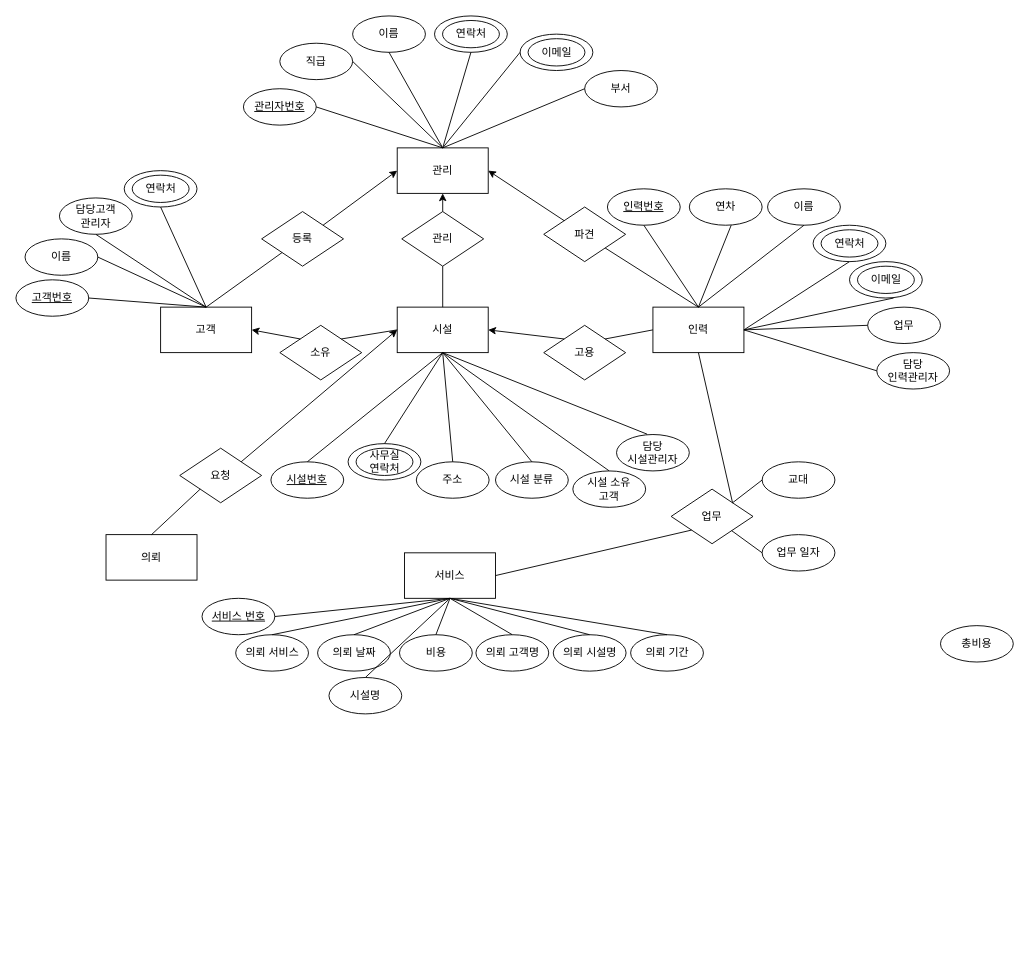
Before: Untitled Diagram.drawio in Taein2/ERdiagram, a draw.io diagram. Source tidied: cells renumbered, new cells numbered last; positions are measured from the earlier drawing's top-left corner, leaving out a move shared by most shapes. Both pictures are drawn from the tidied source at 91%, with x=0, y=0 at pixel (15, 15).
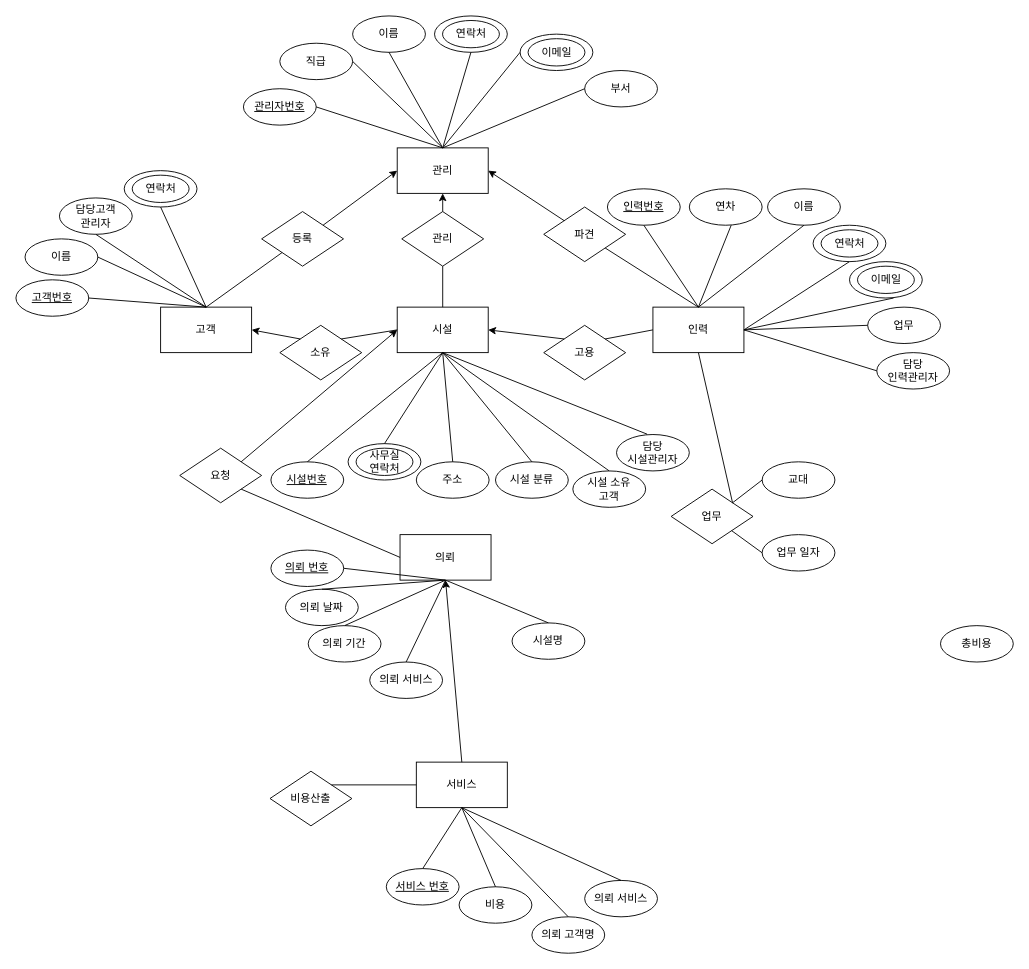
The same page after the edit.

The change refers to these unchanged cells:
```xml
<mxCell id="5" value="시설" style="rounded=0;whiteSpace=wrap;html=1;" parent="1" vertex="1">
  <mxGeometry x="419" y="320" width="100" height="50" as="geometry" />
</mxCell>
<mxCell id="80" value="업무" style="rhombus;whiteSpace=wrap;html=1;shadow=0;gradientColor=none;fontFamily=Helvetica;" parent="1" vertex="1">
  <mxGeometry x="720" y="520" width="90" height="60" as="geometry" />
</mxCell>
<mxCell id="83" value="요청" style="rhombus;whiteSpace=wrap;html=1;shadow=0;gradientColor=none;fontFamily=Helvetica;" parent="1" vertex="1">
  <mxGeometry x="180" y="475" width="90" height="60" as="geometry" />
</mxCell>
```

The edit, as a diff of the source:
```diff
@@
     <mxCell id="50" value="비용" style="ellipse;whiteSpace=wrap;html=1;" parent="1" vertex="1">
-      <mxGeometry x="421.5" y="680" width="80" height="40" as="geometry" />
+      <mxGeometry x="487" y="957" width="80" height="40" as="geometry" />
     </mxCell>
     <mxCell id="51" value="의뢰 서비스" style="ellipse;whiteSpace=wrap;html=1;" parent="1" vertex="1">
-      <mxGeometry x="241.5" y="680" width="80" height="40" as="geometry" />
+      <mxGeometry x="388.8" y="710" width="80" height="40" as="geometry" />
     </mxCell>
     <mxCell id="52" value="서비스" style="rounded=0;whiteSpace=wrap;html=1;" parent="1" vertex="1">
-      <mxGeometry x="427" y="590" width="100" height="50" as="geometry" />
+      <mxGeometry x="440" y="820" width="100" height="50" as="geometry" />
     </mxCell>
-    <mxCell id="53" style="endArrow=none;html=1;entryX=0.5;entryY=1;entryDx=0;entryDy=0;exitX=0.5;exitY=0;exitDx=0;exitDy=0;" parent="1" edge="1" source="51" target="52">
+    <mxCell id="53" style="endArrow=none;html=1;entryX=0.5;entryY=1;entryDx=0;entryDy=0;exitX=0.5;exitY=0;exitDx=0;exitDy=0;" parent="1" edge="1" source="51" target="99">
       <mxGeometry relative="1" as="geometry" />
     </mxCell>
@@
     <mxCell id="55" value="의뢰 날짜" style="ellipse;whiteSpace=wrap;html=1;" parent="1" vertex="1">
-      <mxGeometry x="331.5" y="680" width="80" height="40" as="geometry" />
+      <mxGeometry x="296.2" y="630" width="80" height="40" as="geometry" />
     </mxCell>
-    <mxCell id="56" style="endArrow=none;html=1;entryX=0.5;entryY=0;entryDx=0;entryDy=0;exitX=0.5;exitY=1;exitDx=0;exitDy=0;" parent="1" edge="1" source="52" target="55">
-      <mxGeometry relative="1" as="geometry" />
-    </mxCell>
@@
-    <mxCell id="81" style="endArrow=none;html=1;fontFamily=Helvetica;entryX=1;entryY=0.5;entryDx=0;entryDy=0;exitX=0;exitY=1;exitDx=0;exitDy=0;" parent="1" edge="1" source="80" target="52">
-      <mxGeometry relative="1" as="geometry" />
-    </mxCell>
@@
     <mxCell id="84" value="의뢰 고객명" style="ellipse;whiteSpace=wrap;html=1;" parent="1" vertex="1">
-      <mxGeometry x="505.5" y="680" width="80" height="40" as="geometry" />
+      <mxGeometry x="567" y="990" width="80" height="40" as="geometry" />
     </mxCell>
-    <mxCell id="85" value="의뢰 시설명" style="ellipse;whiteSpace=wrap;html=1;" parent="1" vertex="1">
-      <mxGeometry x="590.5" y="680" width="80" height="40" as="geometry" />
-    </mxCell>
     <mxCell id="86" value="의뢰 기간" style="ellipse;whiteSpace=wrap;html=1;" parent="1" vertex="1">
-      <mxGeometry x="675.5" y="680" width="80" height="40" as="geometry" />
+      <mxGeometry x="321.2" y="670" width="80" height="40" as="geometry" />
     </mxCell>
@@
     <mxCell id="88" value="서비스 번호" style="ellipse;whiteSpace=wrap;html=1;fontStyle=4;" parent="1" vertex="1">
-      <mxGeometry x="204.5" y="640" width="80" height="40" as="geometry" />
+      <mxGeometry x="407" y="937" width="80" height="40" as="geometry" />
     </mxCell>
-    <mxCell id="89" style="endArrow=none;html=1;entryX=0.5;entryY=1;entryDx=0;entryDy=0;exitX=1;exitY=0.5;exitDx=0;exitDy=0;" parent="1" edge="1" source="88" target="52">
+    <mxCell id="89" style="endArrow=none;html=1;entryX=0.5;entryY=1;entryDx=0;entryDy=0;exitX=0.5;exitY=0;exitDx=0;exitDy=0;" parent="1" edge="1" source="88" target="52">
       <mxGeometry relative="1" as="geometry" />
     </mxCell>
-    <mxCell id="90" style="endArrow=none;html=1;entryX=0.5;entryY=0;entryDx=0;entryDy=0;exitX=0.5;exitY=1;exitDx=0;exitDy=0;" parent="1" edge="1" source="52" target="85">
-      <mxGeometry relative="1" as="geometry" />
-    </mxCell>
-    <mxCell id="91" style="endArrow=none;html=1;entryX=0.5;entryY=0;entryDx=0;entryDy=0;exitX=0.5;exitY=1;exitDx=0;exitDy=0;" parent="1" edge="1" source="52" target="86">
+    <mxCell id="91" style="endArrow=none;html=1;entryX=0.5;entryY=0;entryDx=0;entryDy=0;exitX=0.5;exitY=1;exitDx=0;exitDy=0;" parent="1" edge="1" source="99" target="86">
       <mxGeometry relative="1" as="geometry" />
     </mxCell>
@@
     <mxCell id="93" value="시설명" style="ellipse;whiteSpace=wrap;html=1;" parent="1" vertex="1">
-      <mxGeometry x="344" y="727" width="80" height="40" as="geometry" />
+      <mxGeometry x="545.2" y="667" width="80" height="40" as="geometry" />
     </mxCell>
-    <mxCell id="94" style="endArrow=none;html=1;entryX=0.5;entryY=1;entryDx=0;entryDy=0;exitX=0.5;exitY=0;exitDx=0;exitDy=0;" parent="1" edge="1" source="93" target="52">
+    <mxCell id="94" style="endArrow=none;html=1;entryX=0.5;entryY=1;entryDx=0;entryDy=0;exitX=0.5;exitY=0;exitDx=0;exitDy=0;" parent="1" edge="1" source="93" target="99">
       <mxGeometry relative="1" as="geometry" />
     </mxCell>
@@
     <mxCell id="99" value="의뢰" style="rounded=0;whiteSpace=wrap;html=1;" parent="1" vertex="1">
-      <mxGeometry x="99" y="570" width="100" height="50" as="geometry" />
+      <mxGeometry x="422.1" y="570" width="100" height="50" as="geometry" />
     </mxCell>
+    <mxCell id="101" style="endArrow=classic;html=1;entryX=0;entryY=0.5;entryDx=0;entryDy=0;exitX=1;exitY=0;exitDx=0;exitDy=0;" parent="1" edge="1" source="83" target="5">
+      <mxGeometry relative="1" as="geometry" />
+    </mxCell>
+    <mxCell id="102" value="비용산출" style="rhombus;whiteSpace=wrap;html=1;shadow=0;gradientColor=none;fontFamily=Helvetica;" parent="1" vertex="1">
+      <mxGeometry x="279.2" y="830" width="90" height="60" as="geometry" />
+    </mxCell>
+    <mxCell id="103" value="의뢰 번호" style="ellipse;whiteSpace=wrap;html=1;fontStyle=4;" parent="1" vertex="1">
+      <mxGeometry x="280.2" y="587" width="80" height="40" as="geometry" />
+    </mxCell>
+    <mxCell id="104" style="endArrow=none;html=1;entryX=0.5;entryY=1;entryDx=0;entryDy=0;exitX=1;exitY=0.5;exitDx=0;exitDy=0;" parent="1" edge="1" source="103" target="99">
+      <mxGeometry relative="1" as="geometry" />
+    </mxCell>
+    <mxCell id="105" value="의뢰 서비스" style="ellipse;whiteSpace=wrap;html=1;" parent="1" vertex="1">
+      <mxGeometry x="625" y="950" width="80" height="40" as="geometry" />
+    </mxCell>
+    <mxCell id="106" style="endArrow=none;html=1;entryX=1;entryY=0;entryDx=0;entryDy=0;exitX=0;exitY=0.5;exitDx=0;exitDy=0;" parent="1" edge="1" source="52" target="102">
+      <mxGeometry relative="1" as="geometry" />
+    </mxCell>
+    <mxCell id="107" style="endArrow=classic;html=1;entryX=0.5;entryY=1;entryDx=0;entryDy=0;exitX=0.5;exitY=0;exitDx=0;exitDy=0;" parent="1" edge="1" source="52" target="99">
+      <mxGeometry relative="1" as="geometry" />
+    </mxCell>
+    <mxCell id="108" style="endArrow=none;html=1;entryX=0.5;entryY=1;entryDx=0;entryDy=0;exitX=0.5;exitY=0;exitDx=0;exitDy=0;" parent="1" edge="1" source="55" target="99">
+      <mxGeometry relative="1" as="geometry" />
+    </mxCell>
+    <mxCell id="109" style="endArrow=none;html=1;entryX=0.5;entryY=0;entryDx=0;entryDy=0;exitX=0.5;exitY=1;exitDx=0;exitDy=0;" parent="1" edge="1" source="52" target="105">
+      <mxGeometry relative="1" as="geometry" />
+    </mxCell>
-    <mxCell id="100" style="endArrow=none;html=1;entryX=0;entryY=1;entryDx=0;entryDy=0;exitX=0.5;exitY=0;exitDx=0;exitDy=0;" parent="1" edge="1" source="99" target="83">
+    <mxCell id="100" style="endArrow=none;html=1;entryX=1;entryY=1;entryDx=0;entryDy=0;exitX=0;exitY=0.5;exitDx=0;exitDy=0;" parent="1" edge="1" source="99" target="83">
       <mxGeometry relative="1" as="geometry" />
     </mxCell>
-    <mxCell id="101" style="endArrow=classic;html=1;entryX=0;entryY=0.5;entryDx=0;entryDy=0;exitX=1;exitY=0;exitDx=0;exitDy=0;" parent="1" edge="1" source="83" target="5">
-      <mxGeometry relative="1" as="geometry" />
-    </mxCell>
```
